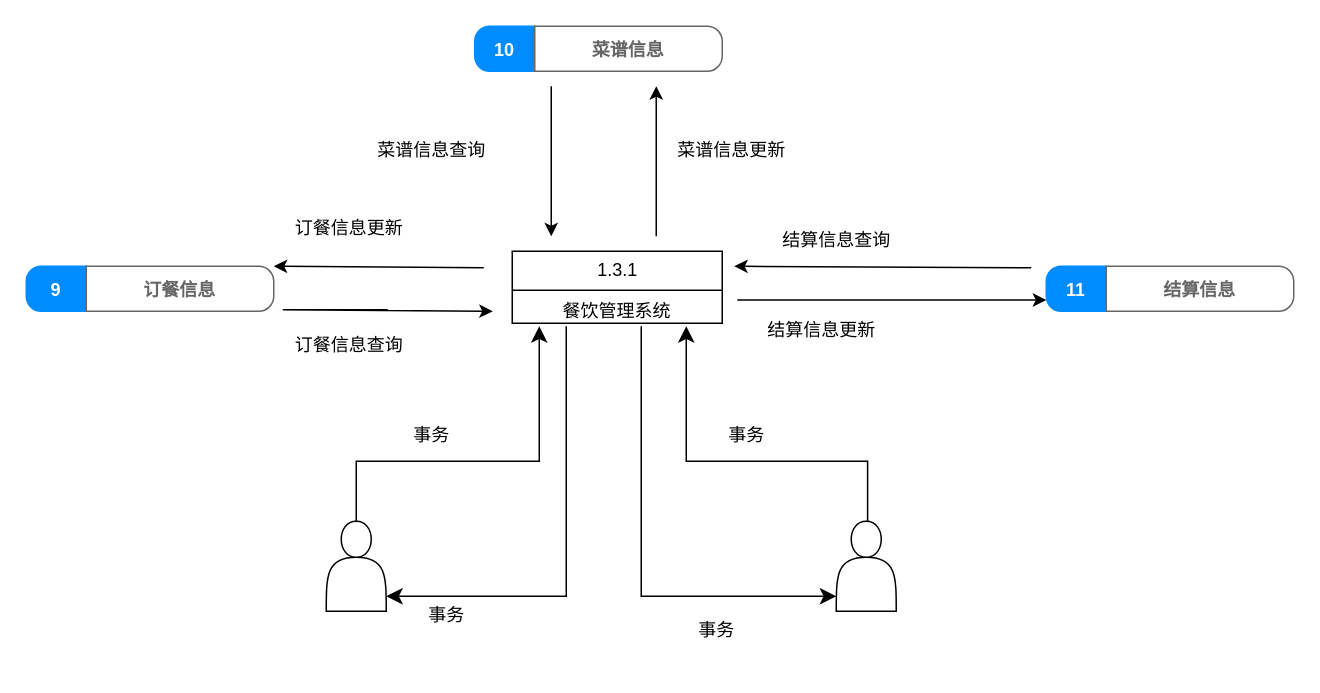
YGOclearmind/hdu-work keeps this draw.io diagram as 餐饮.drawio. Above is the earlier version. Source tidied: cells renumbered, new cells numbered last; positions are measured from the earlier drawing's top-left corner, leaving out a move shared by most shapes. Both pictures are drawn from the tidied source at 150%, with x=0, y=0 at pixel (26, 26).
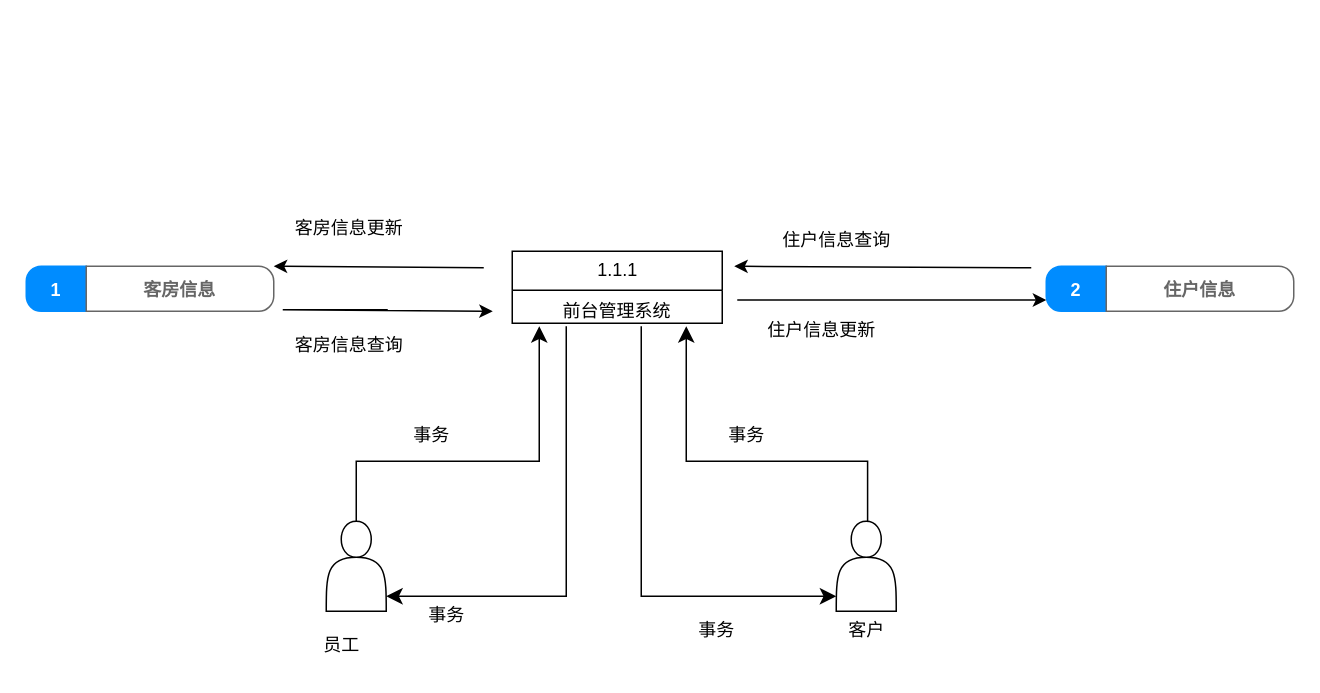
The same diagram, later.

The change refers to these unchanged cells:
```xml
<mxCell id="10" style="swimlane;shape=mxgraph.bootstrap.anchor;strokeColor=#666666;fillColor=#ffffff;fontColor=#666666;fontStyle=0;horizontal=0;startSize=0;whiteSpace=wrap;html=1;" parent="1" vertex="1">
  <mxGeometry y="160" width="165" height="30" as="geometry" />
</mxCell>
<mxCell id="14" style="swimlane;shape=mxgraph.bootstrap.anchor;strokeColor=#666666;fillColor=#ffffff;fontColor=#666666;fontStyle=0;horizontal=0;startSize=0;whiteSpace=wrap;html=1;" parent="1" vertex="1">
  <mxGeometry x="680" y="160" width="165" height="30" as="geometry" />
</mxCell>
```

Diff of the diagram source:
```diff
@@
-    <mxCell id="4" value="1.3.1" style="swimlane;fontStyle=0;horizontal=1;startSize=26;fillColor=none;html=1;" parent="1" vertex="1">
+    <mxCell id="4" value="1.1.1" style="swimlane;fontStyle=0;horizontal=1;startSize=26;fillColor=none;html=1;" parent="1" vertex="1">
       <mxGeometry x="324" y="150" width="140" height="48" as="geometry" />
     </mxCell>
-    <mxCell id="5" value="餐饮管理系统" style="text;strokeColor=none;fillColor=none;align=center;verticalAlign=top;spacingLeft=4;spacingRight=4;overflow=hidden;whiteSpace=wrap;html=1;" parent="4" vertex="1">
+    <mxCell id="5" value="前台管理系统" style="text;strokeColor=none;fillColor=none;align=center;verticalAlign=top;spacingLeft=4;spacingRight=4;overflow=hidden;whiteSpace=wrap;html=1;" parent="4" vertex="1">
       <mxGeometry y="26" width="140" height="22" as="geometry" />
     </mxCell>
@@
-    <mxCell id="11" value="&lt;font style=&quot;font-size: 12px;&quot;&gt;9&lt;/font&gt;" style="text;strokeColor=#008CFF;align=center;verticalAlign=middle;spacingLeft=10;spacingRight=10;overflow=hidden;points=[[0,0.5],[1,0.5]];portConstraint=eastwest;whiteSpace=wrap;html=1;shape=mxgraph.mockup.leftButton;rSize=10;fillColor=#008CFF;fontColor=#ffffff;fontSize=17;fontStyle=1;" parent="10" vertex="1">
+    <mxCell id="11" value="&lt;font style=&quot;font-size: 12px;&quot;&gt;1&lt;/font&gt;" style="text;strokeColor=#008CFF;align=center;verticalAlign=middle;spacingLeft=10;spacingRight=10;overflow=hidden;points=[[0,0.5],[1,0.5]];portConstraint=eastwest;whiteSpace=wrap;html=1;shape=mxgraph.mockup.leftButton;rSize=10;fillColor=#008CFF;fontColor=#ffffff;fontSize=17;fontStyle=1;" parent="10" vertex="1">
       <mxGeometry width="40" height="30" as="geometry" />
     </mxCell>
-    <mxCell id="12" value="&lt;font style=&quot;font-size: 12px;&quot;&gt;订餐信息&lt;/font&gt;" style="text;strokeColor=inherit;align=center;verticalAlign=middle;spacingLeft=10;spacingRight=10;overflow=hidden;whiteSpace=wrap;html=1;shape=mxgraph.mockup.rightButton;rSize=10;fillColor=inherit;fontColor=inherit;fontSize=17;fontStyle=1;" parent="10" vertex="1">
+    <mxCell id="12" value="&lt;font style=&quot;font-size: 12px;&quot;&gt;客房信息&lt;/font&gt;" style="text;strokeColor=inherit;align=center;verticalAlign=middle;spacingLeft=10;spacingRight=10;overflow=hidden;whiteSpace=wrap;html=1;shape=mxgraph.mockup.rightButton;rSize=10;fillColor=inherit;fontColor=inherit;fontSize=17;fontStyle=1;" parent="10" vertex="1">
       <mxGeometry x="40" width="125" height="30" as="geometry" />
     </mxCell>
@@
-    <mxCell id="15" value="&lt;font style=&quot;font-size: 12px;&quot;&gt;11&lt;/font&gt;" style="text;strokeColor=#008CFF;align=center;verticalAlign=middle;spacingLeft=10;spacingRight=10;overflow=hidden;points=[[0,0.5],[1,0.5]];portConstraint=eastwest;whiteSpace=wrap;html=1;shape=mxgraph.mockup.leftButton;rSize=10;fillColor=#008CFF;fontColor=#ffffff;fontSize=17;fontStyle=1;" parent="14" vertex="1">
+    <mxCell id="15" value="&lt;font style=&quot;font-size: 12px;&quot;&gt;2&lt;/font&gt;" style="text;strokeColor=#008CFF;align=center;verticalAlign=middle;spacingLeft=10;spacingRight=10;overflow=hidden;points=[[0,0.5],[1,0.5]];portConstraint=eastwest;whiteSpace=wrap;html=1;shape=mxgraph.mockup.leftButton;rSize=10;fillColor=#008CFF;fontColor=#ffffff;fontSize=17;fontStyle=1;" parent="14" vertex="1">
       <mxGeometry width="40" height="30" as="geometry" />
     </mxCell>
-    <mxCell id="16" value="&lt;font style=&quot;font-size: 12px;&quot;&gt;结算信息&lt;/font&gt;" style="text;strokeColor=inherit;align=center;verticalAlign=middle;spacingLeft=10;spacingRight=10;overflow=hidden;whiteSpace=wrap;html=1;shape=mxgraph.mockup.rightButton;rSize=10;fillColor=inherit;fontColor=inherit;fontSize=17;fontStyle=1;" parent="14" vertex="1">
+    <mxCell id="16" value="&lt;font style=&quot;font-size: 12px;&quot;&gt;住户信息&lt;/font&gt;" style="text;strokeColor=inherit;align=center;verticalAlign=middle;spacingLeft=10;spacingRight=10;overflow=hidden;whiteSpace=wrap;html=1;shape=mxgraph.mockup.rightButton;rSize=10;fillColor=inherit;fontColor=inherit;fontSize=17;fontStyle=1;" parent="14" vertex="1">
       <mxGeometry x="40" width="125" height="30" as="geometry" />
     </mxCell>
@@
-    <mxCell id="18" style="swimlane;shape=mxgraph.bootstrap.anchor;strokeColor=#666666;fillColor=#ffffff;fontColor=#666666;fontStyle=0;horizontal=0;startSize=0;whiteSpace=wrap;html=1;" parent="1" vertex="1">
-      <mxGeometry x="299" width="165" height="30" as="geometry" />
-    </mxCell>
-    <mxCell id="19" value="&lt;font style=&quot;font-size: 12px;&quot;&gt;10&lt;/font&gt;" style="text;strokeColor=#008CFF;align=center;verticalAlign=middle;spacingLeft=10;spacingRight=10;overflow=hidden;points=[[0,0.5],[1,0.5]];portConstraint=eastwest;whiteSpace=wrap;html=1;shape=mxgraph.mockup.leftButton;rSize=10;fillColor=#008CFF;fontColor=#ffffff;fontSize=17;fontStyle=1;" parent="18" vertex="1">
-      <mxGeometry width="40" height="30" as="geometry" />
-    </mxCell>
-    <mxCell id="20" value="&lt;font style=&quot;font-size: 12px;&quot;&gt;菜谱信息&lt;/font&gt;" style="text;strokeColor=inherit;align=center;verticalAlign=middle;spacingLeft=10;spacingRight=10;overflow=hidden;whiteSpace=wrap;html=1;shape=mxgraph.mockup.rightButton;rSize=10;fillColor=inherit;fontColor=inherit;fontSize=17;fontStyle=1;" parent="18" vertex="1">
-      <mxGeometry x="40" width="125" height="30" as="geometry" />
-    </mxCell>
-    <mxCell id="21" style="edgeStyle=orthogonalEdgeStyle;rounded=0;orthogonalLoop=1;jettySize=auto;html=1;exitX=1;exitY=0.5;exitDx=0;exitDy=0;" parent="18" edge="1" source="19" target="19">
-      <mxGeometry relative="1" as="geometry" />
-    </mxCell>
@@
-    <mxCell id="26" style="endArrow=classic;html=1;rounded=0;" parent="1" edge="1">
-      <mxGeometry relative="1" as="geometry">
-        <mxPoint x="350" y="40" as="sourcePoint" />
-        <mxPoint x="350" y="140" as="targetPoint" />
-      </mxGeometry>
-    </mxCell>
-    <mxCell id="27" style="endArrow=classic;html=1;rounded=0;" parent="1" edge="1">
-      <mxGeometry relative="1" as="geometry">
-        <mxPoint x="420" y="140" as="sourcePoint" />
-        <mxPoint x="420" y="40" as="targetPoint" />
-      </mxGeometry>
-    </mxCell>
@@
-    <mxCell id="32" value="订餐信息更新" style="text;html=1;align=center;verticalAlign=middle;strokeColor=none;fillColor=none;" parent="1" vertex="1">
+    <mxCell id="32" value="客房信息更新" style="text;html=1;align=center;verticalAlign=middle;strokeColor=none;fillColor=none;" parent="1" vertex="1">
       <mxGeometry x="165" y="120" width="100" height="30" as="geometry" />
     </mxCell>
-    <mxCell id="33" value="订餐信息查询" style="text;html=1;align=center;verticalAlign=middle;strokeColor=none;fillColor=none;" parent="1" vertex="1">
+    <mxCell id="33" value="客房信息查询" style="text;html=1;align=center;verticalAlign=middle;strokeColor=none;fillColor=none;" parent="1" vertex="1">
       <mxGeometry x="165" y="198" width="100" height="30" as="geometry" />
     </mxCell>
-    <mxCell id="34" value="菜谱信息查询" style="text;html=1;align=center;verticalAlign=middle;strokeColor=none;fillColor=none;" parent="1" vertex="1">
-      <mxGeometry x="220" y="68" width="100" height="30" as="geometry" />
-    </mxCell>
-    <mxCell id="35" value="菜谱信息更新" style="text;html=1;align=center;verticalAlign=middle;strokeColor=none;fillColor=none;" parent="1" vertex="1">
-      <mxGeometry x="420" y="68" width="100" height="30" as="geometry" />
-    </mxCell>
-    <mxCell id="36" value="结算信息查询" style="text;html=1;align=center;verticalAlign=middle;strokeColor=none;fillColor=none;" parent="1" vertex="1">
+    <mxCell id="36" value="住户信息查询" style="text;html=1;align=center;verticalAlign=middle;strokeColor=none;fillColor=none;" parent="1" vertex="1">
       <mxGeometry x="490" y="128" width="100" height="30" as="geometry" />
     </mxCell>
-    <mxCell id="37" value="结算信息更新" style="text;html=1;align=center;verticalAlign=middle;strokeColor=none;fillColor=none;" parent="1" vertex="1">
+    <mxCell id="37" value="住户信息更新" style="text;html=1;align=center;verticalAlign=middle;strokeColor=none;fillColor=none;" parent="1" vertex="1">
       <mxGeometry x="480" y="188" width="100" height="30" as="geometry" />
     </mxCell>
+    <mxCell id="38" value="员工" style="text;html=1;align=center;verticalAlign=middle;strokeColor=none;fillColor=none;" parent="1" vertex="1">
+      <mxGeometry x="185" y="398" width="50" height="30" as="geometry" />
+    </mxCell>
+    <mxCell id="39" value="客户" style="text;html=1;align=center;verticalAlign=middle;strokeColor=none;fillColor=none;" parent="1" vertex="1">
+      <mxGeometry x="535" y="388" width="50" height="30" as="geometry" />
+    </mxCell>
```
